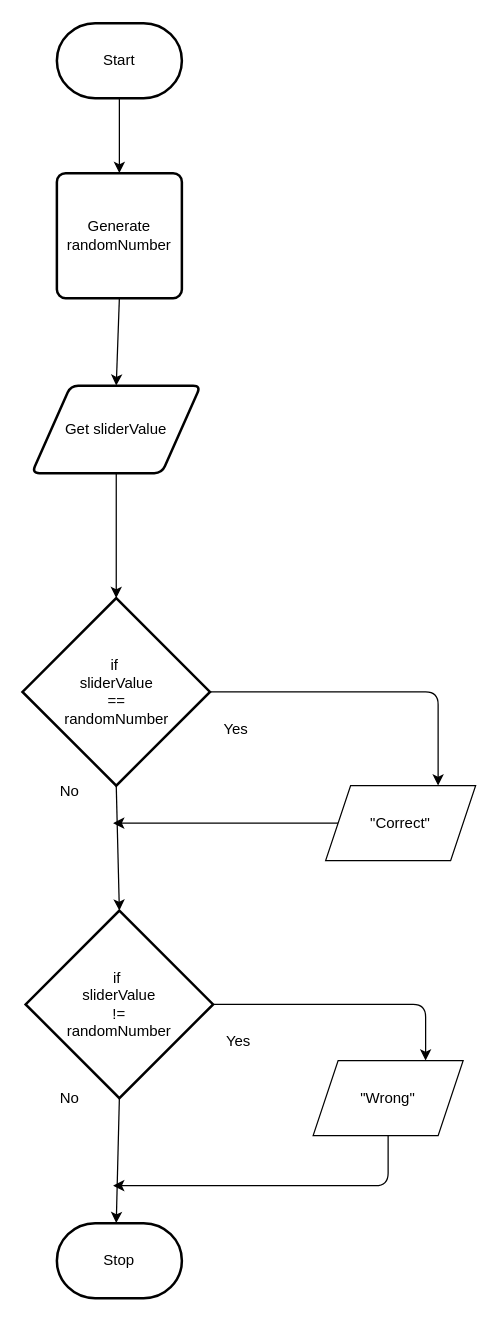
The draw.io diagram design/flowchart.drawio in MTHS-ICD2O-1-2023/ICD2O-Unit-5-01-George-Khalil-29, before the edit. Source tidied: cells renumbered, new cells numbered last; positions are measured from the earlier drawing's top-left corner, leaving out a move shared by most shapes. Both pictures are drawn from the tidied source at 125%, with x=0, y=0 at pixel (22, 22).
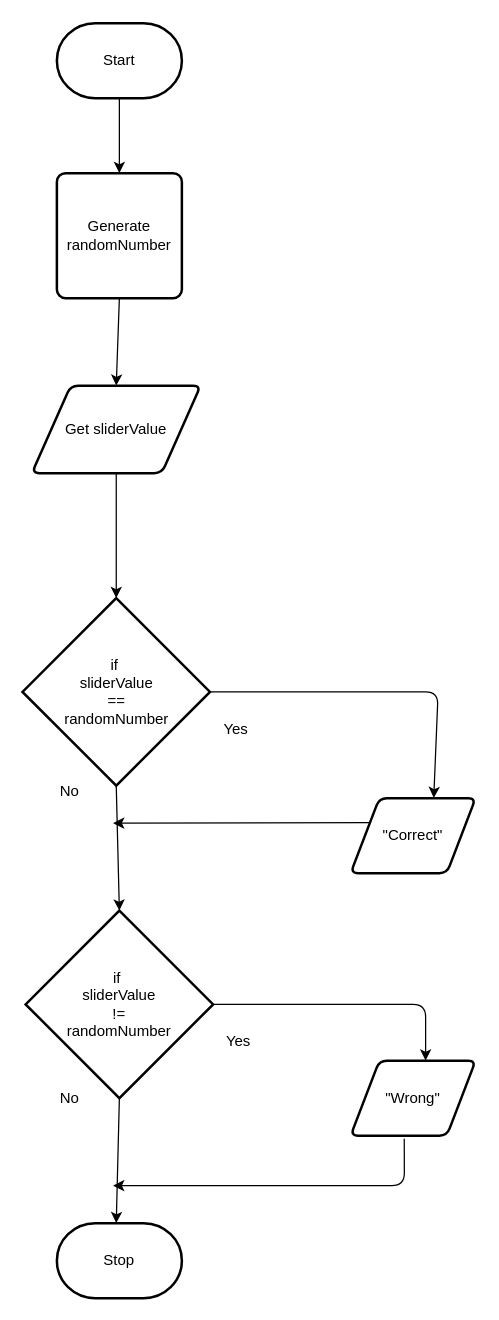
The same page after the edit.

The change refers to these unchanged cells:
```xml
<mxCell id="21" value="if&amp;nbsp;&lt;br&gt;sliderValue&lt;br&gt;==&lt;br&gt;randomNumber" style="strokeWidth=2;html=1;shape=mxgraph.flowchart.decision;whiteSpace=wrap;rotation=0;" parent="1" vertex="1">
  <mxGeometry x="-0.5" y="460" width="150" height="150" as="geometry" />
</mxCell>
<mxCell id="22" value="if&amp;nbsp;&lt;br&gt;sliderValue&lt;br&gt;!=&lt;br&gt;randomNumber" style="strokeWidth=2;html=1;shape=mxgraph.flowchart.decision;whiteSpace=wrap;rotation=0;" parent="1" vertex="1">
  <mxGeometry x="2" y="710" width="150" height="150" as="geometry" />
</mxCell>
```

Diff of the diagram source:
```diff
@@
-    <mxCell id="6" style="edgeStyle=none;html=1;entryX=0.75;entryY=0;entryDx=0;entryDy=0;exitX=1;exitY=0.5;exitDx=0;exitDy=0;exitPerimeter=0;" parent="1" edge="1" source="21" target="9">
+    <mxCell id="6" style="edgeStyle=none;html=1;entryX=0.665;entryY=-0.002;entryDx=0;entryDy=0;exitX=1;exitY=0.5;exitDx=0;exitDy=0;exitPerimeter=0;entryPerimeter=0;" parent="1" edge="1" source="21" target="9">
       <mxGeometry relative="1" as="geometry">
         <Array as="points">
           <mxPoint x="332" y="535" />
         </Array>
       </mxGeometry>
     </mxCell>
@@
-    <mxCell id="8" style="edgeStyle=none;html=1;" parent="1" edge="1" source="9">
+    <mxCell id="8" style="edgeStyle=none;html=1;exitX=0;exitY=0.25;exitDx=0;exitDy=0;" parent="1" edge="1" source="9">
       <mxGeometry relative="1" as="geometry">
         <mxPoint x="72" y="640" as="targetPoint" />
       </mxGeometry>
     </mxCell>
-    <mxCell id="9" value="&quot;Correct&quot;" style="shape=parallelogram;perimeter=parallelogramPerimeter;whiteSpace=wrap;html=1;fixedSize=1;" parent="1" vertex="1">
-      <mxGeometry x="242" y="610" width="120" height="60" as="geometry" />
-    </mxCell>
@@
-    <mxCell id="12" style="edgeStyle=none;html=1;entryX=0.75;entryY=0;entryDx=0;entryDy=0;exitX=1;exitY=0.5;exitDx=0;exitDy=0;exitPerimeter=0;" parent="1" edge="1" source="22" target="15">
+    <mxCell id="12" style="edgeStyle=none;html=1;entryX=0.6;entryY=0;entryDx=0;entryDy=0;exitX=1;exitY=0.5;exitDx=0;exitDy=0;exitPerimeter=0;entryPerimeter=0;" parent="1" edge="1" source="22" target="15">
       <mxGeometry relative="1" as="geometry">
         <Array as="points">
           <mxPoint x="322" y="785" />
         </Array>
       </mxGeometry>
     </mxCell>
@@
-    <mxCell id="14" style="edgeStyle=none;rounded=1;hachureGap=4;html=1;fontFamily=Architects Daughter;fontSize=16;" parent="1" edge="1" source="15">
+    <mxCell id="14" style="edgeStyle=none;rounded=1;hachureGap=4;html=1;fontFamily=Architects Daughter;fontSize=16;exitX=0.429;exitY=1.043;exitDx=0;exitDy=0;exitPerimeter=0;" parent="1" edge="1" source="15">
       <mxGeometry relative="1" as="geometry">
         <mxPoint x="72" y="930" as="targetPoint" />
         <Array as="points">
-          <mxPoint x="292" y="930" />
+          <mxPoint x="305" y="930" />
         </Array>
       </mxGeometry>
     </mxCell>
-    <mxCell id="15" value="&quot;Wrong&quot;" style="shape=parallelogram;perimeter=parallelogramPerimeter;whiteSpace=wrap;html=1;fixedSize=1;" parent="1" vertex="1">
-      <mxGeometry x="232" y="830" width="120" height="60" as="geometry" />
-    </mxCell>
@@
+    <mxCell id="9" value="&quot;Correct&quot;" style="shape=parallelogram;html=1;strokeWidth=2;perimeter=parallelogramPerimeter;whiteSpace=wrap;rounded=1;arcSize=12;size=0.23;" parent="1" vertex="1">
+      <mxGeometry x="262" y="620" width="100" height="60" as="geometry" />
+    </mxCell>
+    <mxCell id="15" value="&quot;Wrong&quot;" style="shape=parallelogram;html=1;strokeWidth=2;perimeter=parallelogramPerimeter;whiteSpace=wrap;rounded=1;arcSize=12;size=0.23;" parent="1" vertex="1">
+      <mxGeometry x="262" y="830" width="100" height="60" as="geometry" />
+    </mxCell>
```
